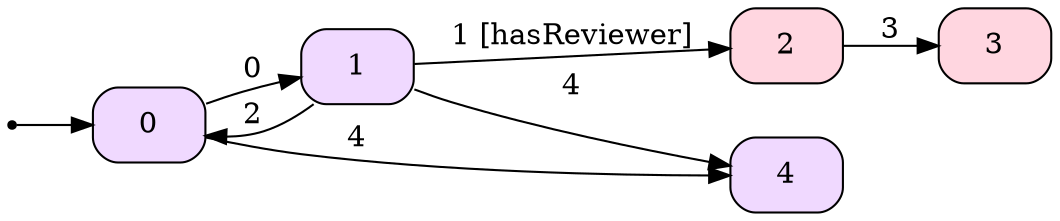
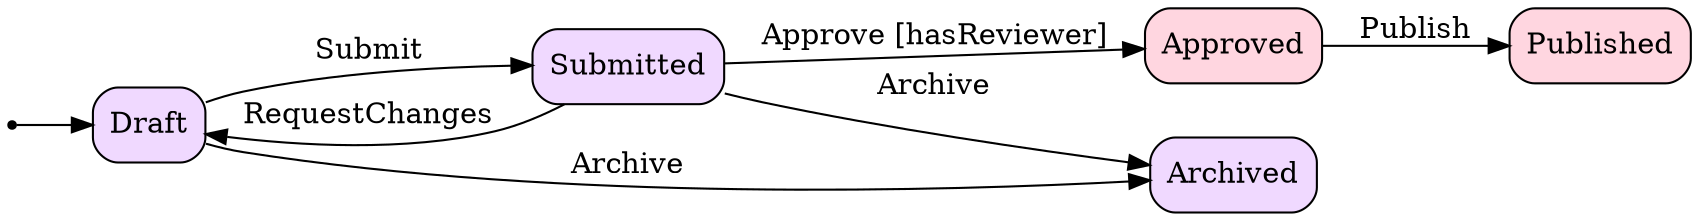
digraph "document" {
    rankdir=LR;
    node [shape=box, style=rounded];
    __start [shape=point];
-     __start -> "0";
-     "0" [style="rounded,filled", fillcolor="#f0d9ff"];
-     "1" [style="rounded,filled", fillcolor="#f0d9ff"];
-     "2" [style="rounded,filled", fillcolor="#ffd6e0"];
-     "3" [style="rounded,filled", fillcolor="#ffd6e0"];
-     "4" [style="rounded,filled", fillcolor="#f0d9ff"];
-     "0" -> "1" [label="0"];
-     "0" -> "4" [label="4"];
-     "1" -> "2" [label="1 [hasReviewer]"];
-     "1" -> "0" [label="2"];
-     "1" -> "4" [label="4"];
-     "2" -> "3" [label="3"];
+     __start -> "Draft";
+     "Draft" [style="rounded,filled", fillcolor="#f0d9ff"];
+     "Submitted" [style="rounded,filled", fillcolor="#f0d9ff"];
+     "Approved" [style="rounded,filled", fillcolor="#ffd6e0"];
+     "Published" [style="rounded,filled", fillcolor="#ffd6e0"];
+     "Archived" [style="rounded,filled", fillcolor="#f0d9ff"];
+     "Approved" -> "Published" [label="Publish"];
+     "Draft" -> "Archived" [label="Archive"];
+     "Draft" -> "Submitted" [label="Submit"];
+     "Submitted" -> "Approved" [label="Approve [hasReviewer]"];
+     "Submitted" -> "Archived" [label="Archive"];
+     "Submitted" -> "Draft" [label="RequestChanges"];
}
